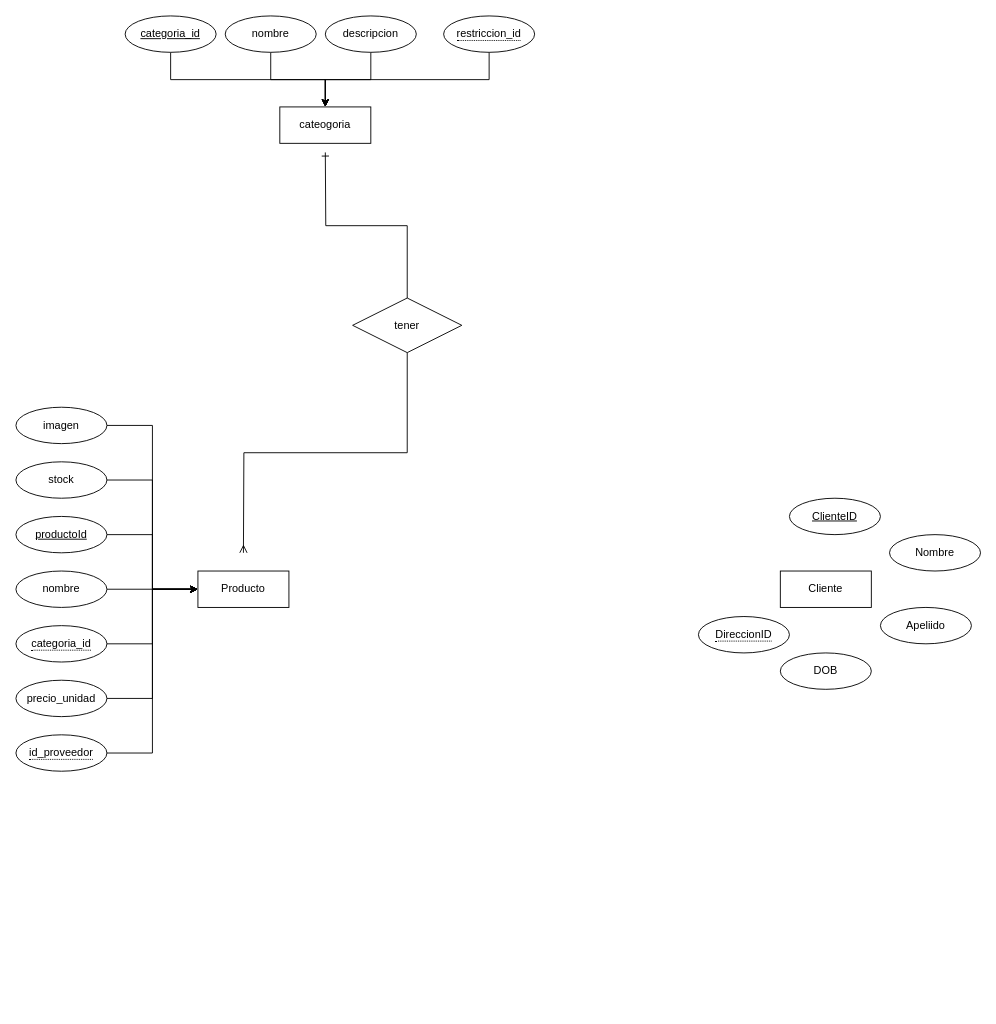
Above: ProyectoFinal.drawio in Angel-ISO/Diagramas (draw.io), before the change. Source tidied: cells renumbered, new cells numbered last; positions are measured from the earlier drawing's top-left corner, leaving out a move shared by most shapes. Both pictures are drawn from the tidied source at 91%, with x=0, y=0 at pixel (15, 15).
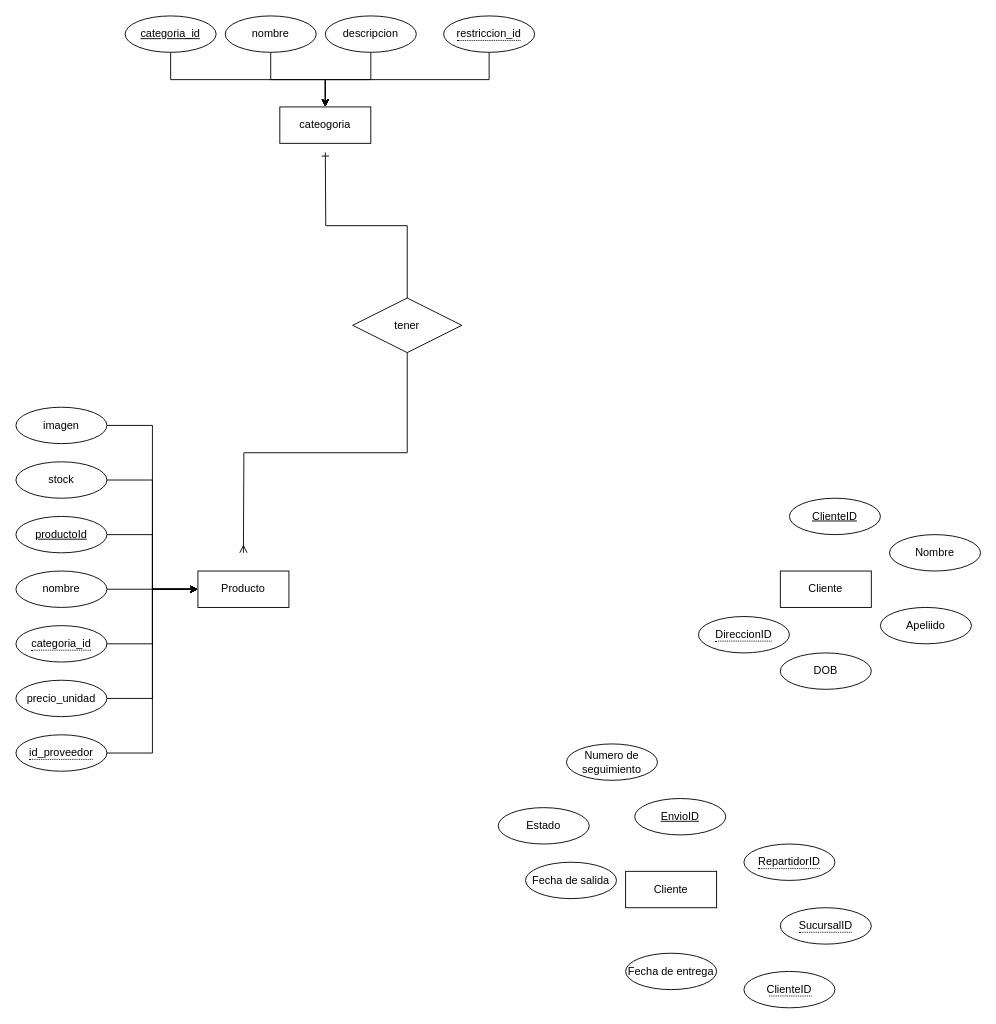
Above is the later version.

The edit, as a diff of the source:
```diff
@@
+    <mxCell id="35" value="Cliente" style="whiteSpace=wrap;html=1;align=center;" parent="1" vertex="1">
+      <mxGeometry x="670" y="940" width="100" height="40" as="geometry" />
+    </mxCell>
+    <mxCell id="36" value="EnvioID" style="ellipse;whiteSpace=wrap;html=1;align=center;fontStyle=4;" parent="1" vertex="1">
+      <mxGeometry x="680" y="860" width="100" height="40" as="geometry" />
+    </mxCell>
+    <mxCell id="37" value="Fecha de entrega" style="ellipse;whiteSpace=wrap;html=1;align=center;" parent="1" vertex="1">
+      <mxGeometry x="670" y="1030" width="100" height="40" as="geometry" />
+    </mxCell>
+    <mxCell id="38" value="&lt;span style=&quot;border-bottom: 1px dotted&quot;&gt;SucursalID&lt;/span&gt;" style="ellipse;whiteSpace=wrap;html=1;align=center;" parent="1" vertex="1">
+      <mxGeometry x="840" y="980" width="100" height="40" as="geometry" />
+    </mxCell>
+    <mxCell id="39" value="&lt;span style=&quot;border-bottom: 1px dotted&quot;&gt;RepartidorID&lt;/span&gt;" style="ellipse;whiteSpace=wrap;html=1;align=center;" parent="1" vertex="1">
+      <mxGeometry x="800" y="910" width="100" height="40" as="geometry" />
+    </mxCell>
+    <mxCell id="40" value="&lt;span style=&quot;border-bottom: 1px dotted&quot;&gt;ClienteID&lt;/span&gt;" style="ellipse;whiteSpace=wrap;html=1;align=center;" parent="1" vertex="1">
+      <mxGeometry x="800" y="1050" width="100" height="40" as="geometry" />
+    </mxCell>
+    <mxCell id="41" value="Fecha de salida" style="ellipse;whiteSpace=wrap;html=1;align=center;" parent="1" vertex="1">
+      <mxGeometry x="560" y="930" width="100" height="40" as="geometry" />
+    </mxCell>
+    <mxCell id="42" value="Numero de seguimiento" style="ellipse;whiteSpace=wrap;html=1;align=center;" parent="1" vertex="1">
+      <mxGeometry x="605" y="800" width="100" height="40" as="geometry" />
+    </mxCell>
+    <mxCell id="43" value="Estado" style="ellipse;whiteSpace=wrap;html=1;align=center;" parent="1" vertex="1">
+      <mxGeometry x="530" y="870" width="100" height="40" as="geometry" />
+    </mxCell>
```
